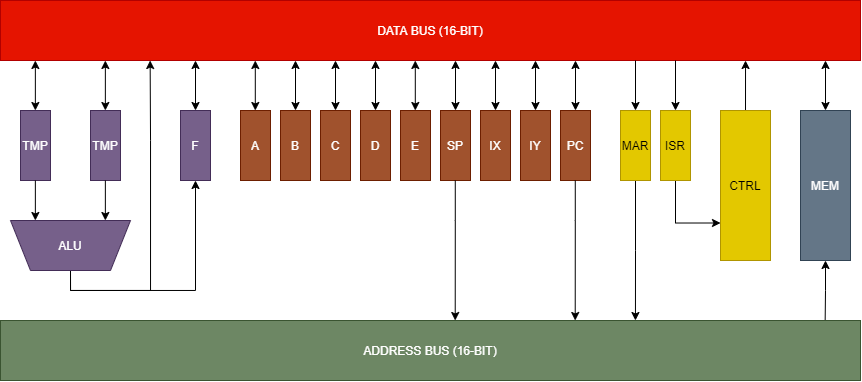
Before: Schematic/cpu8.drawio.png, a diagram exported from draw.io (techno-sorcery/CPU-16). Source tidied: cells renumbered, new cells last; positions are measured from the earlier drawing's top-left corner, leaving out a move shared by most shapes.
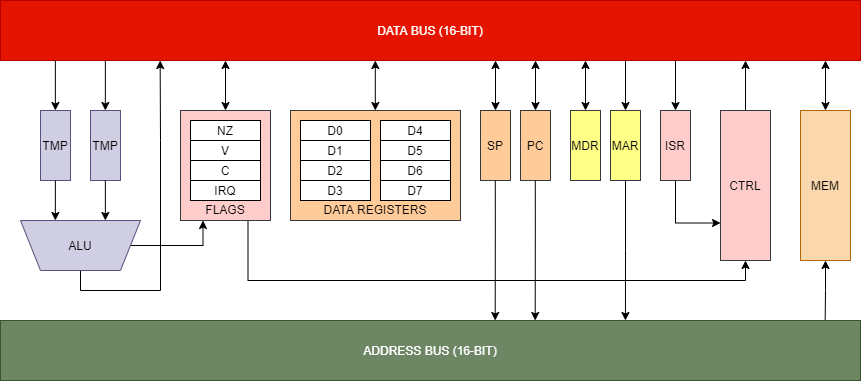
Later version of the same file.

Change to the diagram source:
```diff
@@ -2,14 +2,16 @@
   <root>
     <mxCell id="0" />
     <mxCell id="1" parent="0" />
+    <mxCell id="3" style="edgeStyle=orthogonalEdgeStyle;rounded=0;jettySize=auto;html=1;exitX=0.5;exitY=0;exitDx=0;exitDy=0;entryX=0.174;entryY=1;entryDx=0;entryDy=0;entryPerimeter=0;" parent="1" edge="1" source="4">
+      <mxGeometry relative="1" as="geometry">
+        <mxPoint x="159.6" y="60" as="targetPoint" />
+      </mxGeometry>
+    </mxCell>
-    <mxCell id="2" style="edgeStyle=orthogonalEdgeStyle;rounded=0;jettySize=auto;html=1;exitX=0.5;exitY=0;exitDx=0;exitDy=0;entryX=0.5;entryY=1;entryDx=0;entryDy=0;startArrow=none;startFill=0;endArrow=classic;endFill=1;" parent="1" edge="1" source="4" target="31">
+    <mxCell id="2" style="edgeStyle=orthogonalEdgeStyle;rounded=0;jettySize=auto;html=1;exitX=0;exitY=0.5;exitDx=0;exitDy=0;entryX=0.25;entryY=1;entryDx=0;entryDy=0;" parent="1" edge="1" source="4" target="31">
       <mxGeometry relative="1" as="geometry" />
     </mxCell>
-    <mxCell id="3" style="edgeStyle=orthogonalEdgeStyle;rounded=0;jettySize=auto;html=1;exitX=0.5;exitY=0;exitDx=0;exitDy=0;entryX=0.174;entryY=1;entryDx=0;entryDy=0;entryPerimeter=0;" parent="1" edge="1" source="4" target="5">
-      <mxGeometry relative="1" as="geometry" />
-    </mxCell>
-    <mxCell id="4" value="ALU" style="shape=trapezoid;perimeter=trapezoidPerimeter;whiteSpace=wrap;html=1;fixedSize=1;direction=west;fillColor=#76608a;strokeColor=#432D57;fontColor=#ffffff;" parent="1" vertex="1">
-      <mxGeometry x="10" y="220" width="120" height="50" as="geometry" />
+    <mxCell id="4" value="ALU" style="shape=trapezoid;perimeter=trapezoidPerimeter;whiteSpace=wrap;html=1;fixedSize=1;direction=west;fillColor=#d0cee2;strokeColor=#56517e;" parent="1" vertex="1">
+      <mxGeometry x="20" y="220" width="120" height="50" as="geometry" />
     </mxCell>
     <mxCell id="5" value="DATA BUS (16-BIT)" style="rounded=0;whiteSpace=wrap;html=1;comic=0;fillColor=#e51400;strokeColor=#B20000;fontColor=#ffffff;" parent="1" vertex="1">
       <mxGeometry width="860" height="60" as="geometry" />
@@ -24,112 +26,75 @@
         <mxPoint x="824.7" y="320" as="targetPoint" />
       </mxGeometry>
     </mxCell>
-    <mxCell id="8" value="MEM" style="rounded=0;whiteSpace=wrap;html=1;comic=0;fillColor=#647687;strokeColor=#314354;fontColor=#ffffff;" parent="1" vertex="1">
+    <mxCell id="8" value="MEM" style="rounded=0;whiteSpace=wrap;html=1;comic=0;fillColor=#fad7ac;strokeColor=#b46504;" parent="1" vertex="1">
       <mxGeometry x="800" y="110" width="50" height="150" as="geometry" />
     </mxCell>
-    <mxCell id="9" style="edgeStyle=orthogonalEdgeStyle;rounded=0;jettySize=auto;html=1;exitX=0.5;exitY=0;exitDx=0;exitDy=0;entryX=0.245;entryY=1;entryDx=0;entryDy=0;entryPerimeter=0;startArrow=classic;startFill=1;endArrow=classic;endFill=1;" parent="1" edge="1" source="10">
-      <mxGeometry relative="1" as="geometry">
-        <mxPoint x="295" y="60" as="targetPoint" />
-      </mxGeometry>
-    </mxCell>
-    <mxCell id="10" value="B" style="rounded=0;whiteSpace=wrap;html=1;comic=0;fillColor=#a0522d;strokeColor=#6D1F00;fontColor=#ffffff;" parent="1" vertex="1">
-      <mxGeometry x="280" y="110" width="30" height="70" as="geometry" />
-    </mxCell>
-    <mxCell id="11" style="edgeStyle=orthogonalEdgeStyle;rounded=0;jettySize=auto;html=1;exitX=0.5;exitY=0;exitDx=0;exitDy=0;entryX=0.285;entryY=1;entryDx=0;entryDy=0;entryPerimeter=0;startArrow=classic;startFill=1;endArrow=classic;endFill=1;" parent="1" edge="1" source="12">
-      <mxGeometry relative="1" as="geometry">
-        <mxPoint x="335" y="60" as="targetPoint" />
-      </mxGeometry>
-    </mxCell>
-    <mxCell id="12" value="C" style="rounded=0;whiteSpace=wrap;html=1;comic=0;fillColor=#a0522d;strokeColor=#6D1F00;fontColor=#ffffff;" parent="1" vertex="1">
-      <mxGeometry x="320" y="110" width="30" height="70" as="geometry" />
-    </mxCell>
-    <mxCell id="13" style="edgeStyle=orthogonalEdgeStyle;rounded=0;jettySize=auto;html=1;exitX=0.5;exitY=0;exitDx=0;exitDy=0;entryX=0.415;entryY=1;entryDx=0;entryDy=0;entryPerimeter=0;startArrow=classic;startFill=1;endArrow=classic;endFill=1;" parent="1" edge="1" source="14">
-      <mxGeometry relative="1" as="geometry">
-        <mxPoint x="495" y="60" as="targetPoint" />
-      </mxGeometry>
-    </mxCell>
-    <mxCell id="14" value="IX" style="rounded=0;whiteSpace=wrap;html=1;comic=0;fillColor=#a0522d;strokeColor=#6D1F00;fontColor=#ffffff;" parent="1" vertex="1">
-      <mxGeometry x="480" y="110" width="30" height="70" as="geometry" />
-    </mxCell>
-    <mxCell id="15" style="edgeStyle=orthogonalEdgeStyle;rounded=0;jettySize=auto;html=1;exitX=0.5;exitY=0;exitDx=0;exitDy=0;entryX=0.455;entryY=1;entryDx=0;entryDy=0;entryPerimeter=0;startArrow=classic;startFill=1;endArrow=classic;endFill=1;" parent="1" edge="1" source="16">
-      <mxGeometry relative="1" as="geometry">
-        <mxPoint x="535" y="60" as="targetPoint" />
-      </mxGeometry>
-    </mxCell>
-    <mxCell id="16" value="IY" style="rounded=0;whiteSpace=wrap;html=1;comic=0;fillColor=#a0522d;strokeColor=#6D1F00;fontColor=#ffffff;" parent="1" vertex="1">
-      <mxGeometry x="520" y="110" width="30" height="70" as="geometry" />
-    </mxCell>
     <mxCell id="17" style="edgeStyle=orthogonalEdgeStyle;rounded=0;jettySize=auto;html=1;exitX=0.5;exitY=0;exitDx=0;exitDy=0;entryX=0.365;entryY=1;entryDx=0;entryDy=0;entryPerimeter=0;startArrow=classic;startFill=1;endArrow=classic;endFill=1;" parent="1" edge="1" source="18">
       <mxGeometry relative="1" as="geometry">
-        <mxPoint x="455" y="60" as="targetPoint" />
+        <mxPoint x="495" y="60" as="targetPoint" />
       </mxGeometry>
     </mxCell>
-    <mxCell id="18" value="SP" style="rounded=0;whiteSpace=wrap;html=1;comic=0;fillColor=#a0522d;strokeColor=#6D1F00;fontColor=#ffffff;horizontal=1;" parent="1" vertex="1">
-      <mxGeometry x="440" y="110" width="30" height="70" as="geometry" />
+    <mxCell id="18" value="SP" style="rounded=0;whiteSpace=wrap;html=1;comic=0;fillColor=#ffcc99;strokeColor=#36393d;horizontal=1;" parent="1" vertex="1">
+      <mxGeometry x="480" y="110" width="30" height="70" as="geometry" />
     </mxCell>
     <mxCell id="19" style="edgeStyle=orthogonalEdgeStyle;rounded=0;jettySize=auto;html=1;exitX=0.5;exitY=0;exitDx=0;exitDy=0;entryX=0.685;entryY=1;entryDx=0;entryDy=0;entryPerimeter=0;startArrow=classic;startFill=1;endArrow=none;endFill=0;" parent="1" edge="1" source="21">
       <mxGeometry relative="1" as="geometry">
-        <mxPoint x="635" y="60" as="targetPoint" />
+        <mxPoint x="625" y="60" as="targetPoint" />
       </mxGeometry>
     </mxCell>
     <mxCell id="20" style="edgeStyle=orthogonalEdgeStyle;rounded=0;jettySize=auto;html=1;exitX=0.5;exitY=1;exitDx=0;exitDy=0;entryX=0.758;entryY=0;entryDx=0;entryDy=0;entryPerimeter=0;startArrow=none;startFill=0;endArrow=classic;endFill=1;" parent="1" edge="1" source="21">
       <mxGeometry relative="1" as="geometry">
-        <mxPoint x="634.9" y="320" as="targetPoint" />
+        <mxPoint x="624.9" y="320" as="targetPoint" />
       </mxGeometry>
     </mxCell>
-    <mxCell id="21" value="&lt;font color=&quot;#000000&quot;&gt;MAR&lt;br&gt;&lt;/font&gt;" style="rounded=0;whiteSpace=wrap;html=1;comic=0;fillColor=#e3c800;strokeColor=#B09500;fontColor=#ffffff;" parent="1" vertex="1">
-      <mxGeometry x="620" y="110" width="30" height="70" as="geometry" />
+    <mxCell id="21" value="&lt;font color=&quot;#000000&quot;&gt;MAR&lt;br&gt;&lt;/font&gt;" style="rounded=0;whiteSpace=wrap;html=1;comic=0;fillColor=#ffff88;strokeColor=#36393d;" parent="1" vertex="1">
+      <mxGeometry x="610" y="110" width="30" height="70" as="geometry" />
     </mxCell>
     <mxCell id="22" style="edgeStyle=orthogonalEdgeStyle;rounded=0;jettySize=auto;html=1;exitX=0.5;exitY=0;exitDx=0;exitDy=0;entryX=0.595;entryY=1;entryDx=0;entryDy=0;entryPerimeter=0;startArrow=classic;startFill=1;endArrow=classic;endFill=1;" parent="1" edge="1" source="23">
       <mxGeometry relative="1" as="geometry">
-        <mxPoint x="575" y="60" as="targetPoint" />
+        <mxPoint x="535" y="60" as="targetPoint" />
       </mxGeometry>
     </mxCell>
-    <mxCell id="23" value="PC" style="rounded=0;whiteSpace=wrap;html=1;comic=0;fillColor=#a0522d;strokeColor=#6D1F00;fontColor=#ffffff;" parent="1" vertex="1">
-      <mxGeometry x="560" y="110" width="30" height="70" as="geometry" />
+    <mxCell id="23" value="PC" style="rounded=0;whiteSpace=wrap;html=1;comic=0;fillColor=#ffcc99;strokeColor=#36393d;" parent="1" vertex="1">
+      <mxGeometry x="520" y="110" width="30" height="70" as="geometry" />
     </mxCell>
     <mxCell id="24" style="edgeStyle=orthogonalEdgeStyle;rounded=0;jettySize=auto;html=1;exitX=0.5;exitY=0;exitDx=0;exitDy=0;entryX=0.855;entryY=1;entryDx=0;entryDy=0;entryPerimeter=0;startArrow=classic;startFill=1;endArrow=none;endFill=0;" parent="1" edge="1" source="26">
       <mxGeometry relative="1" as="geometry">
         <mxPoint x="675" y="60" as="targetPoint" />
       </mxGeometry>
     </mxCell>
-    <mxCell id="25" style="edgeStyle=orthogonalEdgeStyle;rounded=0;jettySize=auto;html=1;exitX=0.5;exitY=1;exitDx=0;exitDy=0;entryX=0;entryY=0.75;entryDx=0;entryDy=0;startArrow=none;startFill=0;endArrow=classic;endFill=1;" parent="1" edge="1" source="26" target="33">
+    <mxCell id="25" style="edgeStyle=orthogonalEdgeStyle;rounded=0;jettySize=auto;html=1;exitX=0.5;exitY=1;exitDx=0;exitDy=0;entryX=0;entryY=0.75;entryDx=0;entryDy=0;" parent="1" edge="1" source="26" target="33">
       <mxGeometry relative="1" as="geometry" />
     </mxCell>
-    <mxCell id="26" value="ISR" style="rounded=0;whiteSpace=wrap;html=1;comic=0;fillColor=#e3c800;strokeColor=#B09500;fontColor=#000000;" parent="1" vertex="1">
+    <mxCell id="26" value="ISR" style="rounded=0;whiteSpace=wrap;html=1;comic=0;fillColor=#ffcccc;strokeColor=#36393d;" parent="1" vertex="1">
       <mxGeometry x="660" y="110" width="30" height="70" as="geometry" />
     </mxCell>
     <mxCell id="27" value="ADDRESS BUS (16-BIT)" style="rounded=0;whiteSpace=wrap;html=1;comic=0;fillColor=#6d8764;strokeColor=#3A5431;fontColor=#ffffff;" parent="1" vertex="1">
       <mxGeometry y="320" width="860" height="60" as="geometry" />
     </mxCell>
-    <mxCell id="28" style="edgeStyle=orthogonalEdgeStyle;rounded=0;jettySize=auto;html=1;exitX=0.5;exitY=0;exitDx=0;exitDy=0;entryX=0.325;entryY=1;entryDx=0;entryDy=0;entryPerimeter=0;startArrow=classic;startFill=1;endArrow=classic;endFill=1;" parent="1" edge="1" source="29">
-      <mxGeometry relative="1" as="geometry">
-        <mxPoint x="375" y="60" as="targetPoint" />
-      </mxGeometry>
-    </mxCell>
-    <mxCell id="29" value="D" style="rounded=0;whiteSpace=wrap;html=1;comic=0;fillColor=#a0522d;strokeColor=#6D1F00;fontColor=#ffffff;" parent="1" vertex="1">
-      <mxGeometry x="360" y="110" width="30" height="70" as="geometry" />
-    </mxCell>
     <mxCell id="30" style="edgeStyle=orthogonalEdgeStyle;rounded=0;jettySize=auto;html=1;exitX=0.5;exitY=0;exitDx=0;exitDy=0;entryX=0.195;entryY=1;entryDx=0;entryDy=0;entryPerimeter=0;startArrow=classic;startFill=1;endArrow=classic;endFill=1;" parent="1" edge="1" source="31">
       <mxGeometry relative="1" as="geometry">
-        <mxPoint x="195" y="60" as="targetPoint" />
+        <mxPoint x="225" y="60" as="targetPoint" />
       </mxGeometry>
     </mxCell>
+    <mxCell id="46" style="edgeStyle=orthogonalEdgeStyle;rounded=0;jettySize=auto;html=1;exitX=0.75;exitY=1;exitDx=0;exitDy=0;entryX=0.5;entryY=1;entryDx=0;entryDy=0;" parent="1" edge="1" source="31" target="33">
+      <mxGeometry relative="1" as="geometry" />
+    </mxCell>
-    <mxCell id="31" value="F" style="rounded=0;whiteSpace=wrap;html=1;comic=0;fillColor=#76608a;strokeColor=#432D57;fontColor=#ffffff;" parent="1" vertex="1">
-      <mxGeometry x="180" y="110" width="30" height="70" as="geometry" />
+    <mxCell id="31" style="rounded=0;whiteSpace=wrap;html=1;comic=0;fillColor=#ffcccc;strokeColor=#36393d;" parent="1" vertex="1">
+      <mxGeometry x="180" y="110" width="90" height="110" as="geometry" />
     </mxCell>
     <mxCell id="32" style="edgeStyle=orthogonalEdgeStyle;rounded=0;jettySize=auto;html=1;exitX=0.5;exitY=0;exitDx=0;exitDy=0;" parent="1" edge="1" source="33">
       <mxGeometry relative="1" as="geometry">
         <mxPoint x="745" y="60" as="targetPoint" />
       </mxGeometry>
     </mxCell>
-    <mxCell id="33" value="CTRL" style="rounded=0;whiteSpace=wrap;html=1;comic=0;fillColor=#e3c800;strokeColor=#B09500;fontColor=#000000;" parent="1" vertex="1">
+    <mxCell id="33" value="CTRL" style="rounded=0;whiteSpace=wrap;html=1;comic=0;fillColor=#ffcccc;strokeColor=#36393d;" parent="1" vertex="1">
       <mxGeometry x="720" y="110" width="50" height="150" as="geometry" />
     </mxCell>
-    <mxCell id="34" value="TMP" style="rounded=0;whiteSpace=wrap;html=1;comic=0;fillColor=#76608a;strokeColor=#432D57;fontColor=#ffffff;" parent="1" vertex="1">
+    <mxCell id="34" value="TMP" style="rounded=0;whiteSpace=wrap;html=1;comic=0;fillColor=#d0cee2;strokeColor=#56517e;" parent="1" vertex="1">
       <mxGeometry x="90" y="110" width="30" height="70" as="geometry" />
     </mxCell>
-    <mxCell id="35" style="edgeStyle=orthogonalEdgeStyle;rounded=0;orthogonalLoop=1;jettySize=auto;html=1;exitX=0.5;exitY=0;exitDx=0;exitDy=0;entryX=0.045;entryY=1;entryDx=0;entryDy=0;entryPerimeter=0;startArrow=classic;startFill=1;" parent="1" edge="1">
+    <mxCell id="35" style="edgeStyle=orthogonalEdgeStyle;rounded=0;orthogonalLoop=1;jettySize=auto;html=1;exitX=0.5;exitY=0;exitDx=0;exitDy=0;entryX=0.045;entryY=1;entryDx=0;entryDy=0;entryPerimeter=0;startArrow=classic;startFill=1;endArrow=none;endFill=0;" parent="1" edge="1">
       <mxGeometry relative="1" as="geometry">
         <mxPoint x="104.9" y="110" as="sourcePoint" />
         <mxPoint x="104.9" y="60" as="targetPoint" />
@@ -141,58 +106,99 @@
         <mxPoint x="104.9" y="220" as="targetPoint" />
       </mxGeometry>
     </mxCell>
-    <mxCell id="37" value="A" style="rounded=0;whiteSpace=wrap;html=1;comic=0;fillColor=#a0522d;strokeColor=#6D1F00;fontColor=#ffffff;" parent="1" vertex="1">
-      <mxGeometry x="240" y="110" width="30" height="70" as="geometry" />
-    </mxCell>
-    <mxCell id="38" value="E" style="rounded=0;whiteSpace=wrap;html=1;comic=0;fillColor=#a0522d;strokeColor=#6D1F00;fontColor=#ffffff;" parent="1" vertex="1">
-      <mxGeometry x="400" y="110" width="30" height="70" as="geometry" />
+    <mxCell id="38" style="rounded=0;whiteSpace=wrap;html=1;comic=0;fillColor=#ffcc99;strokeColor=#36393d;" parent="1" vertex="1">
+      <mxGeometry x="290" y="110" width="170" height="110" as="geometry" />
     </mxCell>
-    <mxCell id="39" style="edgeStyle=orthogonalEdgeStyle;rounded=0;orthogonalLoop=1;jettySize=auto;html=1;exitX=0.5;exitY=0;exitDx=0;exitDy=0;entryX=0.245;entryY=1;entryDx=0;entryDy=0;entryPerimeter=0;startArrow=classic;startFill=1;endArrow=classic;endFill=1;" parent="1" edge="1">
-      <mxGeometry relative="1" as="geometry">
-        <mxPoint x="254.8" y="110" as="sourcePoint" />
-        <mxPoint x="254.8" y="60" as="targetPoint" />
-      </mxGeometry>
-    </mxCell>
     <mxCell id="40" style="edgeStyle=orthogonalEdgeStyle;rounded=0;orthogonalLoop=1;jettySize=auto;html=1;exitX=0.5;exitY=0;exitDx=0;exitDy=0;entryX=0.245;entryY=1;entryDx=0;entryDy=0;entryPerimeter=0;startArrow=classic;startFill=1;endArrow=classic;endFill=1;" parent="1" edge="1">
       <mxGeometry relative="1" as="geometry">
-        <mxPoint x="414.8" y="110" as="sourcePoint" />
-        <mxPoint x="414.8" y="60" as="targetPoint" />
+        <mxPoint x="374.8" y="110" as="sourcePoint" />
+        <mxPoint x="374.8" y="60" as="targetPoint" />
       </mxGeometry>
     </mxCell>
     <mxCell id="41" style="edgeStyle=orthogonalEdgeStyle;rounded=0;orthogonalLoop=1;jettySize=auto;html=1;exitX=0.5;exitY=1;exitDx=0;exitDy=0;entryX=0.758;entryY=0;entryDx=0;entryDy=0;entryPerimeter=0;startArrow=none;startFill=0;endArrow=classic;endFill=1;" parent="1" edge="1">
       <mxGeometry relative="1" as="geometry">
-        <mxPoint x="574.8" y="180" as="sourcePoint" />
-        <mxPoint x="574.7" y="320" as="targetPoint" />
+        <mxPoint x="534.8" y="180" as="sourcePoint" />
+        <mxPoint x="534.7" y="320" as="targetPoint" />
         <Array as="points">
-          <mxPoint x="574.8" y="220" />
-          <mxPoint x="574.8" y="220" />
+          <mxPoint x="534.8" y="220" />
+          <mxPoint x="534.8" y="220" />
         </Array>
       </mxGeometry>
     </mxCell>
     <mxCell id="42" style="edgeStyle=orthogonalEdgeStyle;rounded=0;orthogonalLoop=1;jettySize=auto;html=1;exitX=0.5;exitY=1;exitDx=0;exitDy=0;entryX=0.758;entryY=0;entryDx=0;entryDy=0;entryPerimeter=0;startArrow=none;startFill=0;endArrow=classic;endFill=1;" parent="1" edge="1">
       <mxGeometry relative="1" as="geometry">
-        <mxPoint x="454.8" y="180" as="sourcePoint" />
-        <mxPoint x="454.7" y="320" as="targetPoint" />
+        <mxPoint x="494.8" y="180" as="sourcePoint" />
+        <mxPoint x="494.7" y="320" as="targetPoint" />
         <Array as="points">
-          <mxPoint x="454.8" y="220" />
-          <mxPoint x="454.8" y="220" />
+          <mxPoint x="494.8" y="220" />
+          <mxPoint x="494.8" y="220" />
         </Array>
       </mxGeometry>
     </mxCell>
-    <mxCell id="43" value="TMP" style="rounded=0;whiteSpace=wrap;html=1;comic=0;fillColor=#76608a;strokeColor=#432D57;fontColor=#ffffff;" parent="1" vertex="1">
-      <mxGeometry x="20" y="110" width="30" height="70" as="geometry" />
+    <mxCell id="43" value="TMP" style="rounded=0;whiteSpace=wrap;html=1;comic=0;fillColor=#d0cee2;strokeColor=#56517e;" parent="1" vertex="1">
+      <mxGeometry x="40" y="110" width="30" height="70" as="geometry" />
     </mxCell>
-    <mxCell id="44" style="edgeStyle=orthogonalEdgeStyle;rounded=0;orthogonalLoop=1;jettySize=auto;html=1;exitX=0.5;exitY=0;exitDx=0;exitDy=0;entryX=0.045;entryY=1;entryDx=0;entryDy=0;entryPerimeter=0;startArrow=classic;startFill=1;" parent="1" edge="1">
+    <mxCell id="44" style="edgeStyle=orthogonalEdgeStyle;rounded=0;orthogonalLoop=1;jettySize=auto;html=1;exitX=0.5;exitY=0;exitDx=0;exitDy=0;entryX=0.045;entryY=1;entryDx=0;entryDy=0;entryPerimeter=0;startArrow=classic;startFill=1;endArrow=none;endFill=0;" parent="1" edge="1">
       <mxGeometry relative="1" as="geometry">
-        <mxPoint x="34.9" y="110" as="sourcePoint" />
-        <mxPoint x="34.9" y="60" as="targetPoint" />
+        <mxPoint x="54.9" y="110" as="sourcePoint" />
+        <mxPoint x="54.9" y="60" as="targetPoint" />
       </mxGeometry>
     </mxCell>
     <mxCell id="45" style="edgeStyle=orthogonalEdgeStyle;rounded=0;orthogonalLoop=1;jettySize=auto;html=1;exitX=0.5;exitY=1;exitDx=0;exitDy=0;entryX=0.75;entryY=1;entryDx=0;entryDy=0;" parent="1" edge="1">
       <mxGeometry relative="1" as="geometry">
-        <mxPoint x="34.9" y="180" as="sourcePoint" />
-        <mxPoint x="34.9" y="220" as="targetPoint" />
+        <mxPoint x="54.9" y="180" as="sourcePoint" />
+        <mxPoint x="54.9" y="220" as="targetPoint" />
       </mxGeometry>
     </mxCell>
+    <mxCell id="47" value="D0" style="rounded=0;whiteSpace=wrap;html=1;comic=0;" parent="1" vertex="1">
+      <mxGeometry x="300" y="120" width="70" height="20" as="geometry" />
+    </mxCell>
+    <mxCell id="48" value="D1" style="rounded=0;whiteSpace=wrap;html=1;comic=0;" parent="1" vertex="1">
+      <mxGeometry x="300" y="140" width="70" height="20" as="geometry" />
+    </mxCell>
+    <mxCell id="49" value="D4" style="rounded=0;whiteSpace=wrap;html=1;comic=0;" parent="1" vertex="1">
+      <mxGeometry x="380" y="120" width="70" height="20" as="geometry" />
+    </mxCell>
+    <mxCell id="50" value="D5" style="rounded=0;whiteSpace=wrap;html=1;comic=0;" parent="1" vertex="1">
+      <mxGeometry x="380" y="140" width="70" height="20" as="geometry" />
+    </mxCell>
+    <mxCell id="51" value="D2" style="rounded=0;whiteSpace=wrap;html=1;comic=0;" parent="1" vertex="1">
+      <mxGeometry x="300" y="160" width="70" height="20" as="geometry" />
+    </mxCell>
+    <mxCell id="52" value="D6" style="rounded=0;whiteSpace=wrap;html=1;comic=0;" parent="1" vertex="1">
+      <mxGeometry x="380" y="160" width="70" height="20" as="geometry" />
+    </mxCell>
+    <mxCell id="53" value="D3" style="rounded=0;whiteSpace=wrap;html=1;comic=0;" parent="1" vertex="1">
+      <mxGeometry x="300" y="180" width="70" height="20" as="geometry" />
+    </mxCell>
+    <mxCell id="54" value="D7" style="rounded=0;whiteSpace=wrap;html=1;comic=0;" parent="1" vertex="1">
+      <mxGeometry x="380" y="180" width="70" height="20" as="geometry" />
+    </mxCell>
+    <mxCell id="55" style="edgeStyle=orthogonalEdgeStyle;rounded=0;jettySize=auto;html=1;exitX=0.5;exitY=0;exitDx=0;exitDy=0;entryX=0.685;entryY=1;entryDx=0;entryDy=0;entryPerimeter=0;startArrow=classic;startFill=1;endArrow=classic;endFill=1;" parent="1" edge="1" source="56">
+      <mxGeometry relative="1" as="geometry">
+        <mxPoint x="585" y="60" as="targetPoint" />
+      </mxGeometry>
+    </mxCell>
+    <mxCell id="56" value="&lt;font color=&quot;#000000&quot;&gt;MDR&lt;br&gt;&lt;/font&gt;" style="rounded=0;whiteSpace=wrap;html=1;comic=0;fillColor=#ffff88;strokeColor=#36393d;" parent="1" vertex="1">
+      <mxGeometry x="570" y="110" width="30" height="70" as="geometry" />
+    </mxCell>
+    <mxCell id="57" value="DATA REGISTERS" style="text;html=1;strokeColor=none;fillColor=none;align=center;verticalAlign=middle;whiteSpace=wrap;rounded=0;" parent="1" vertex="1">
+      <mxGeometry x="315" y="194" width="120" height="30" as="geometry" />
+    </mxCell>
+    <mxCell id="58" value="NZ" style="rounded=0;whiteSpace=wrap;html=1;comic=0;" parent="1" vertex="1">
+      <mxGeometry x="190" y="120" width="70" height="20" as="geometry" />
+    </mxCell>
+    <mxCell id="59" value="V" style="rounded=0;whiteSpace=wrap;html=1;comic=0;" parent="1" vertex="1">
+      <mxGeometry x="190" y="140" width="70" height="20" as="geometry" />
+    </mxCell>
+    <mxCell id="12" value="C" style="rounded=0;whiteSpace=wrap;html=1;comic=0;" parent="1" vertex="1">
+      <mxGeometry x="190" y="160" width="70" height="20" as="geometry" />
+    </mxCell>
+    <mxCell id="60" value="IRQ" style="rounded=0;whiteSpace=wrap;html=1;comic=0;" parent="1" vertex="1">
+      <mxGeometry x="190" y="180" width="70" height="20" as="geometry" />
+    </mxCell>
+    <mxCell id="61" value="FLAGS" style="text;html=1;strokeColor=none;fillColor=none;align=center;verticalAlign=middle;whiteSpace=wrap;rounded=0;" parent="1" vertex="1">
+      <mxGeometry x="195" y="194" width="60" height="30" as="geometry" />
+    </mxCell>
   </root>
 </mxGraphModel>
```
